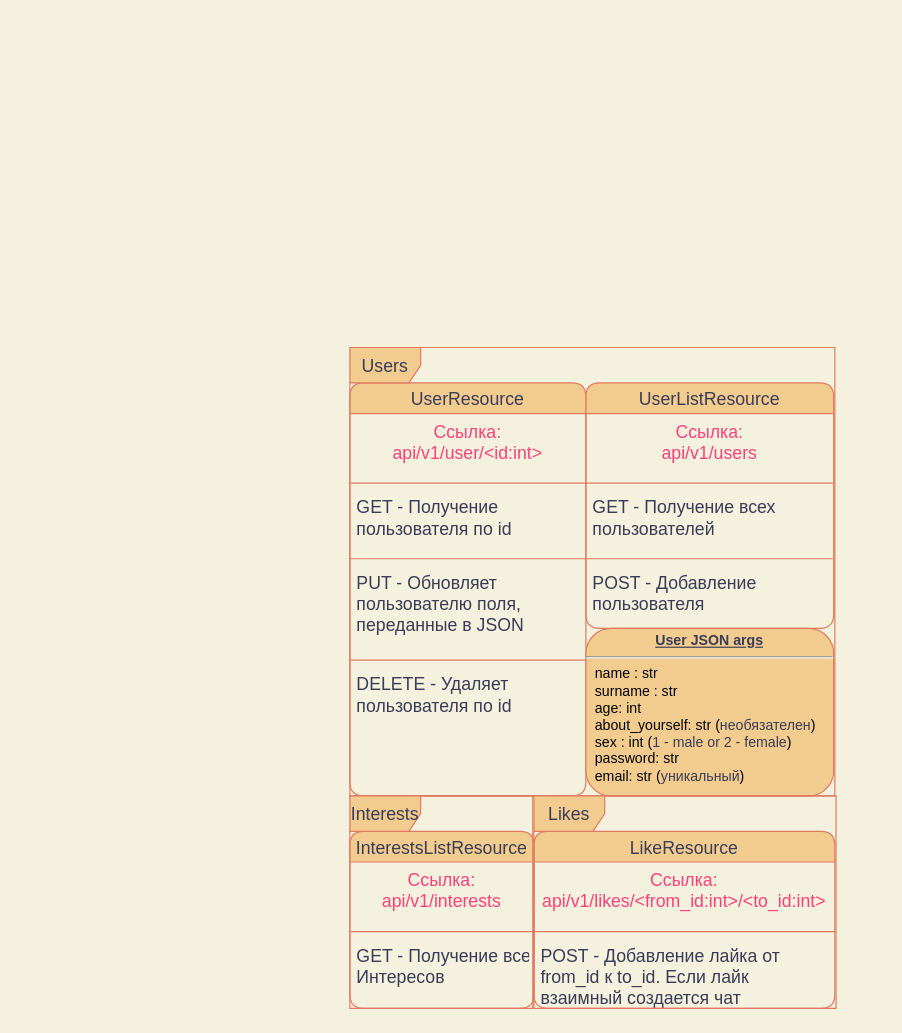
Before: Diagram/REST_api.drawio in andrey-blight/ademy, a draw.io diagram. Source tidied: cells renumbered, new cells numbered last; positions are measured from the earlier drawing's top-left corner, leaving out a move shared by most shapes. Both pictures are drawn from the tidied source at 118%, with x=0, y=0 at pixel (349, 347).
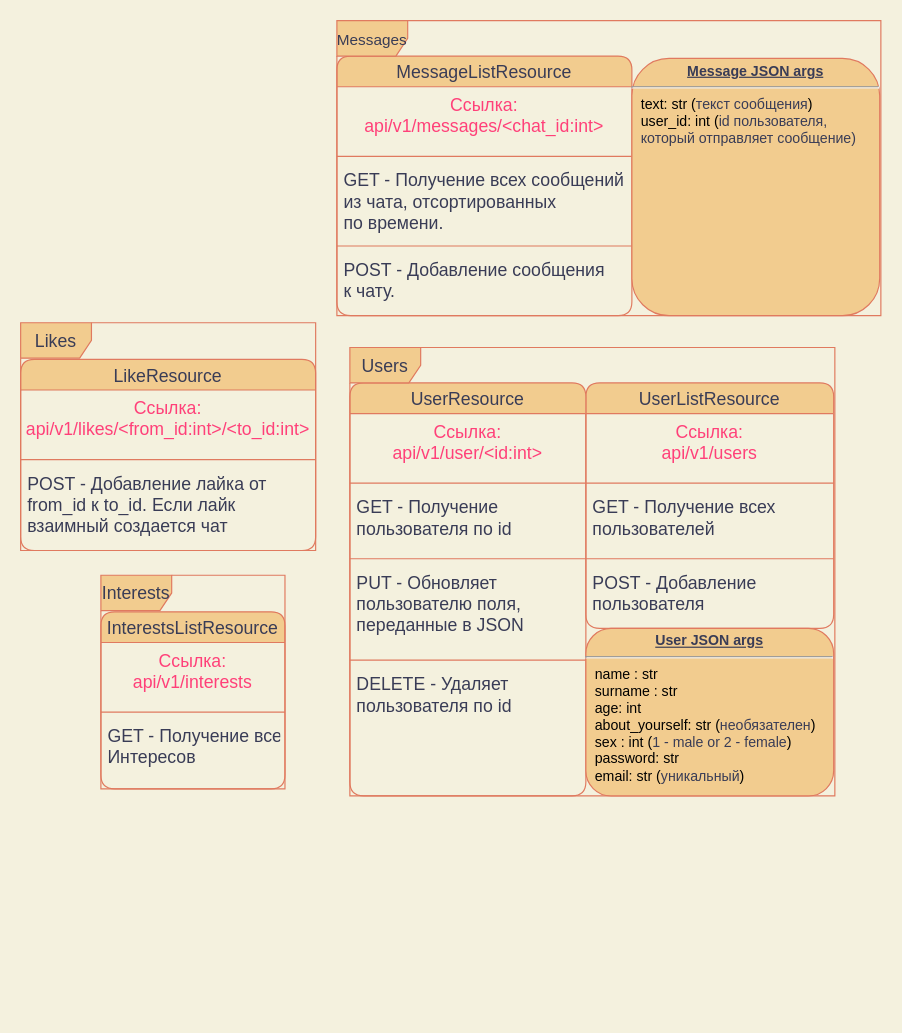
Above is the later version.

Commit message (it also covers changes not shown here):
Edit user api

What changed in the source:
```diff
@@
     <mxCell id="18" value="InterestsListResource" style="swimlane;fontStyle=0;horizontal=1;startSize=26;align=center;fontSize=15;fillColor=#F2CC8F;strokeColor=#E07A5F;fontColor=#393C56;rounded=1;" parent="1" vertex="1">
-      <mxGeometry y="410" width="156" height="150" as="geometry" />
+      <mxGeometry x="-211" y="224" width="156" height="150" as="geometry" />
     </mxCell>
@@
     <mxCell id="22" value="Interests" style="shape=umlFrame;whiteSpace=wrap;html=1;fontSize=15;fontColor=#393C56;fillColor=#F2CC8F;strokeColor=#E07A5F;rounded=1;" parent="1" vertex="1">
-      <mxGeometry y="380" width="155" height="180" as="geometry" />
+      <mxGeometry x="-211" y="193" width="156" height="181" as="geometry" />
     </mxCell>
     <mxCell id="23" value="LikeResource" style="swimlane;fontStyle=0;horizontal=1;startSize=26;align=center;fontSize=15;fillColor=#F2CC8F;strokeColor=#E07A5F;fontColor=#393C56;rounded=1;" parent="1" vertex="1">
-      <mxGeometry x="156" y="410" width="255" height="150" as="geometry" />
+      <mxGeometry x="-279" y="10" width="250" height="162" as="geometry" />
     </mxCell>
     <mxCell id="24" value="Ссылка:&#10;api/v1/likes/&lt;from_id:int&gt;/&lt;to_id:int&gt;" style="text;strokeColor=none;fillColor=none;spacingLeft=4;spacingRight=4;overflow=hidden;fontSize=15;fontColor=#FF4079;rounded=1;align=center;" parent="23" vertex="1">
-      <mxGeometry y="26" width="255" height="54" as="geometry" />
+      <mxGeometry y="26" width="250" height="54" as="geometry" />
     </mxCell>
     <mxCell id="25" style="line;strokeWidth=1;dashed=0;labelPosition=right;align=left;verticalAlign=middle;spacingTop=0;spacingLeft=6;fontSize=15;labelBackgroundColor=#F4F1DE;fillColor=#F2CC8F;strokeColor=#E07A5F;fontColor=#393C56;rounded=1;" parent="23" vertex="1">
-      <mxGeometry y="80" width="255" height="10" as="geometry" />
+      <mxGeometry y="80" width="250" height="10" as="geometry" />
     </mxCell>
     <mxCell id="26" value="POST - Добавление лайка от &#10;from_id к to_id. Если лайк &#10;взаимный создается чат" style="text;strokeColor=none;fillColor=none;spacingLeft=4;spacingRight=4;overflow=hidden;fontSize=15;fontColor=#393C56;rounded=1;" parent="23" vertex="1">
-      <mxGeometry y="90" width="255" height="60" as="geometry" />
+      <mxGeometry y="90" width="250" height="72" as="geometry" />
     </mxCell>
     <mxCell id="27" value="Likes" style="shape=umlFrame;whiteSpace=wrap;html=1;fontSize=15;fontColor=#393C56;fillColor=#F2CC8F;strokeColor=#E07A5F;rounded=1;" parent="1" vertex="1">
-      <mxGeometry x="156" y="380" width="256" height="180" as="geometry" />
+      <mxGeometry x="-279" y="-21" width="250" height="193" as="geometry" />
     </mxCell>
+    <mxCell id="28" value="MessageListResource" style="swimlane;fontStyle=0;horizontal=1;startSize=26;align=center;fontSize=15;fillColor=#F2CC8F;strokeColor=#E07A5F;fontColor=#393C56;rounded=1;" parent="1" vertex="1">
+      <mxGeometry x="-11" y="-247" width="250" height="220" as="geometry" />
+    </mxCell>
+    <mxCell id="29" value="Ссылка:&#10;api/v1/messages/&lt;chat_id:int&gt;" style="text;strokeColor=none;fillColor=none;spacingLeft=4;spacingRight=4;overflow=hidden;fontSize=15;fontColor=#FF4079;rounded=1;align=center;" parent="28" vertex="1">
+      <mxGeometry y="26" width="250" height="54" as="geometry" />
+    </mxCell>
+    <mxCell id="30" style="line;strokeWidth=1;dashed=0;labelPosition=right;align=left;verticalAlign=middle;spacingTop=0;spacingLeft=6;fontSize=15;labelBackgroundColor=#F4F1DE;fillColor=#F2CC8F;strokeColor=#E07A5F;fontColor=#393C56;rounded=1;" parent="28" vertex="1">
+      <mxGeometry y="80" width="250" height="10" as="geometry" />
+    </mxCell>
+    <mxCell id="31" value="GET - Получение всех сообщений&#10;из чата, отсортированных &#10;по времени." style="text;strokeColor=none;fillColor=none;spacingLeft=4;spacingRight=4;overflow=hidden;fontSize=15;fontColor=#393C56;rounded=1;" parent="28" vertex="1">
+      <mxGeometry y="90" width="250" height="66" as="geometry" />
+    </mxCell>
+    <mxCell id="32" style="line;strokeWidth=1;dashed=0;labelPosition=right;align=left;verticalAlign=middle;spacingTop=0;spacingLeft=6;fontSize=15;labelBackgroundColor=#F4F1DE;fillColor=#F2CC8F;strokeColor=#E07A5F;fontColor=#393C56;rounded=1;" parent="28" vertex="1">
+      <mxGeometry y="156" width="250" height="10" as="geometry" />
+    </mxCell>
+    <mxCell id="33" value="POST - Добавление сообщения&#10;к чату." style="text;strokeColor=none;fillColor=none;spacingLeft=4;spacingRight=4;overflow=hidden;fontSize=15;fontColor=#393C56;rounded=1;" parent="28" vertex="1">
+      <mxGeometry y="166" width="250" height="54" as="geometry" />
+    </mxCell>
+    <mxCell id="34" value="&lt;font style=&quot;font-size: 13px&quot;&gt;Messages&lt;/font&gt;" style="shape=umlFrame;whiteSpace=wrap;html=1;fontSize=15;fontColor=#393C56;fillColor=#F2CC8F;strokeColor=#E07A5F;rounded=1;" parent="1" vertex="1">
+      <mxGeometry x="-11" y="-277" width="461" height="250" as="geometry" />
+    </mxCell>
+    <mxCell id="35" value="&lt;p style=&quot;margin: 0px ; margin-top: 4px ; text-align: center ; text-decoration: underline&quot;&gt;&lt;b&gt;Message JSON args&lt;/b&gt;&lt;/p&gt;&lt;hr&gt;&lt;p style=&quot;margin: 0px ; margin-left: 8px&quot;&gt;&lt;font color=&quot;#000000&quot;&gt;text: str (&lt;/font&gt;текст сообщения&lt;font color=&quot;#000000&quot;&gt;)&lt;/font&gt;&lt;/p&gt;&lt;p style=&quot;margin: 0px ; margin-left: 8px&quot;&gt;&lt;font color=&quot;#000000&quot;&gt;user_id: int (&lt;/font&gt;id пользователя,&amp;nbsp;&lt;/p&gt;&lt;p style=&quot;margin: 0px ; margin-left: 8px&quot;&gt;который отправляет сообщение)&lt;font color=&quot;#000000&quot;&gt;&lt;br&gt;&lt;br&gt;&lt;/font&gt;&lt;/p&gt;" style="verticalAlign=top;align=left;overflow=fill;fontSize=12;fontFamily=Helvetica;html=1;fontColor=#393C56;fillColor=#F2CC8F;strokeColor=#E07A5F;rounded=1;" parent="1" vertex="1">
+      <mxGeometry x="239" y="-245" width="210" height="218" as="geometry" />
+    </mxCell>
```
